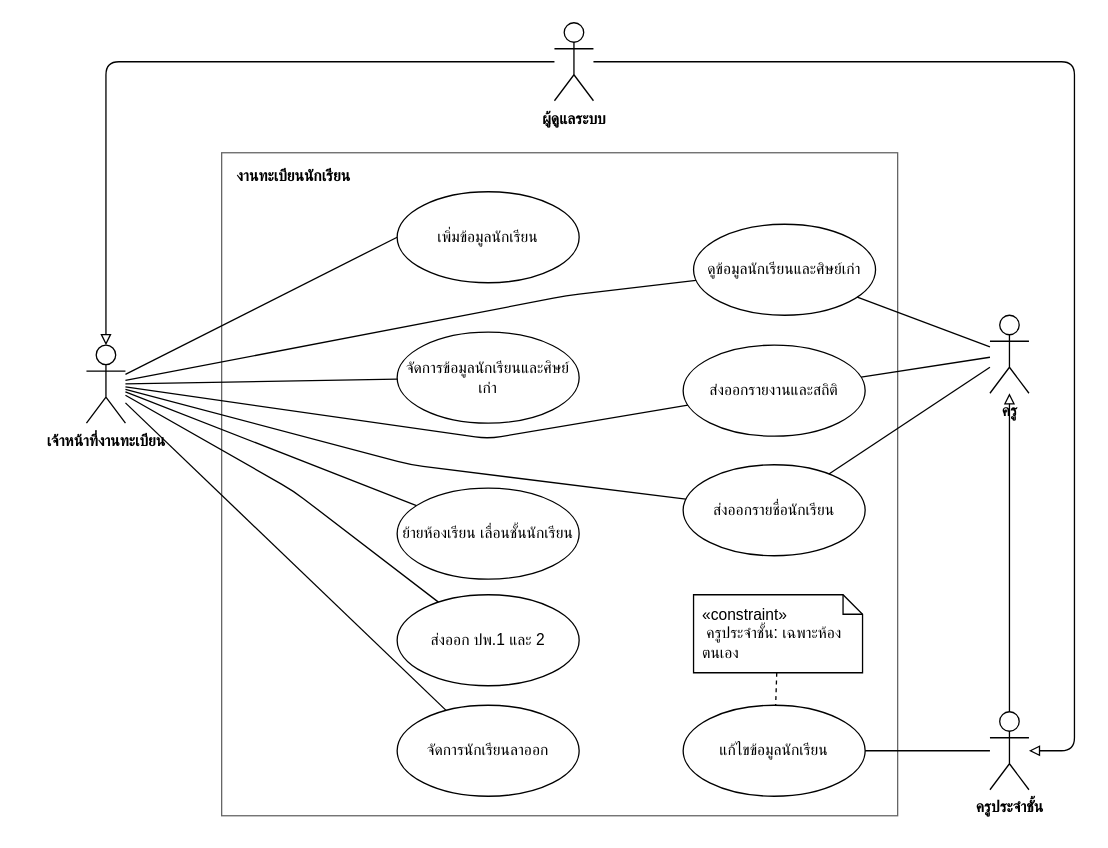
Before: page "เล่มรายงาน แยก ทะเบียนนักเรียน" (5 of 6) of materials/doc/usecase/usecase-merge-all.drawio in RealTiraqmisu/SchoolDark, a draw.io diagram. Source tidied: cells renumbered, new cells numbered last; positions are measured from the earlier drawing's top-left corner, leaving out a move shared by most shapes. Both pictures are drawn from the tidied source at 130%, with x=0, y=0 at pixel (86, 22).
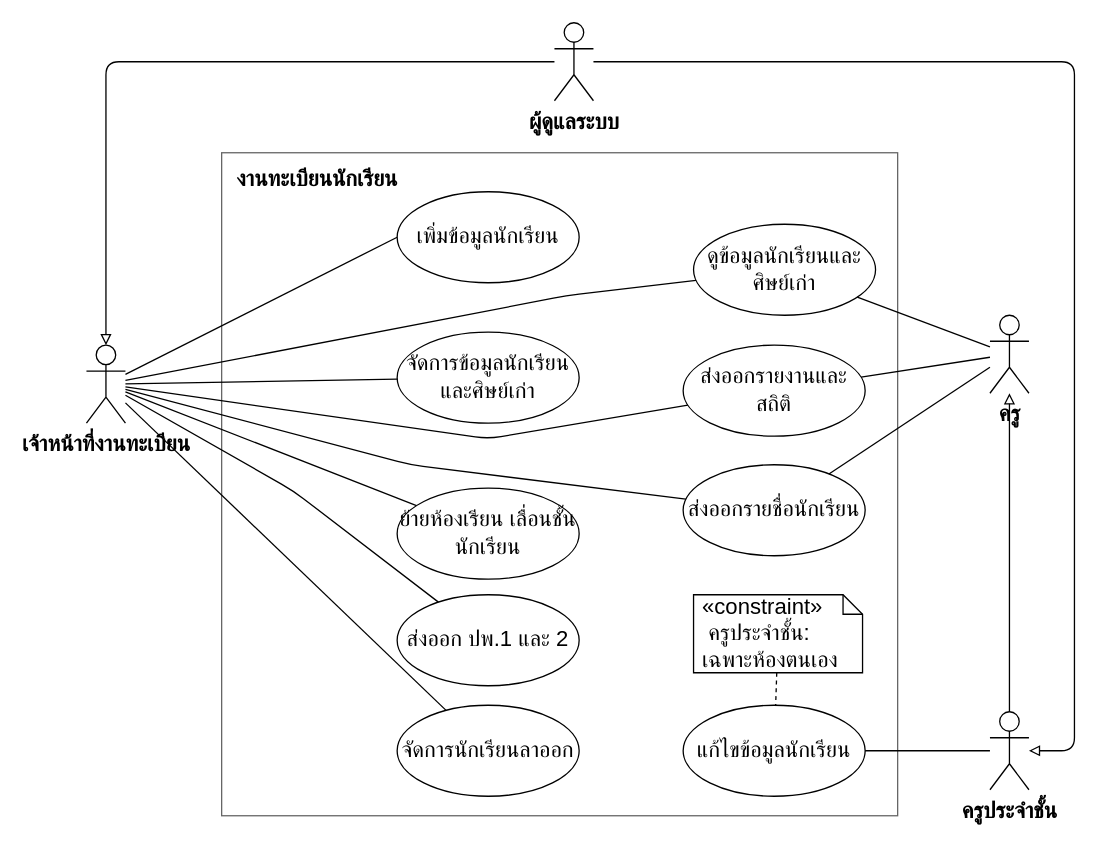
The same diagram, later.

What changed in the source:
```diff
@@
-    <mxCell id="2" value="งานทะเบียนนักเรียน" style="rounded=0;whiteSpace=wrap;html=1;fillColor=none;strokeColor=#666666;verticalAlign=top;align=left;spacingLeft=10;spacingTop=4;fontStyle=1;arcSize=6;" parent="1" vertex="1">
+    <mxCell id="2" value="งานทะเบียนนักเรียน" style="rounded=0;whiteSpace=wrap;html=1;fillColor=none;strokeColor=#666666;verticalAlign=top;align=left;spacingLeft=10;spacingTop=4;fontStyle=1;arcSize=6;fontFamily=TH SarabunPSK;fontSize=17;" parent="1" vertex="1">
       <mxGeometry x="104" y="100" width="520" height="510" as="geometry" />
     </mxCell>
-    <mxCell id="3" value="ดูข้อมูลนักเรียนและศิษย์เก่า" style="ellipse;whiteSpace=wrap;html=1;" parent="1" vertex="1">
+    <mxCell id="3" value="ดูข้อมูลนักเรียนและศิษย์เก่า" style="ellipse;whiteSpace=wrap;html=1;fontFamily=TH SarabunPSK;fontSize=17;" parent="1" vertex="1">
       <mxGeometry x="467" y="155" width="140" height="70" as="geometry" />
     </mxCell>
-    <mxCell id="4" value="ส่งออกรายชื่อนักเรียน" style="ellipse;whiteSpace=wrap;html=1;" parent="1" vertex="1">
+    <mxCell id="4" value="ส่งออกรายชื่อนักเรียน" style="ellipse;whiteSpace=wrap;html=1;fontFamily=TH SarabunPSK;fontSize=17;" parent="1" vertex="1">
       <mxGeometry x="459" y="340" width="140" height="70" as="geometry" />
     </mxCell>
-    <mxCell id="5" value="ส่งออกรายงานและสถิติ" style="ellipse;whiteSpace=wrap;html=1;" parent="1" vertex="1">
+    <mxCell id="5" value="ส่งออกรายงานและสถิติ" style="ellipse;whiteSpace=wrap;html=1;fontFamily=TH SarabunPSK;fontSize=17;" parent="1" vertex="1">
       <mxGeometry x="459" y="248" width="140" height="70" as="geometry" />
     </mxCell>
-    <mxCell id="6" value="จัดการข้อมูลนักเรียนและศิษย์เก่า" style="ellipse;whiteSpace=wrap;html=1;" parent="1" vertex="1">
+    <mxCell id="6" value="จัดการข้อมูลนักเรียนและศิษย์เก่า" style="ellipse;whiteSpace=wrap;html=1;fontFamily=TH SarabunPSK;fontSize=17;" parent="1" vertex="1">
       <mxGeometry x="239" y="238" width="140" height="70" as="geometry" />
     </mxCell>
-    <mxCell id="7" value="ย้ายห้องเรียน เลื่อนชั้นนักเรียน" style="ellipse;whiteSpace=wrap;html=1;" parent="1" vertex="1">
+    <mxCell id="7" value="ย้ายห้องเรียน เลื่อนชั้นนักเรียน" style="ellipse;whiteSpace=wrap;html=1;fontFamily=TH SarabunPSK;fontSize=17;" parent="1" vertex="1">
       <mxGeometry x="239" y="358" width="140" height="70" as="geometry" />
     </mxCell>
-    <mxCell id="8" value="จัดการนักเรียนลาออก" style="ellipse;whiteSpace=wrap;html=1;" parent="1" vertex="1">
+    <mxCell id="8" value="จัดการนักเรียนลาออก" style="ellipse;whiteSpace=wrap;html=1;fontFamily=TH SarabunPSK;fontSize=17;" parent="1" vertex="1">
       <mxGeometry x="239" y="525" width="140" height="70" as="geometry" />
     </mxCell>
-    <mxCell id="9" value="ส่งออก ปพ.1 และ 2" style="ellipse;whiteSpace=wrap;html=1;" parent="1" vertex="1">
+    <mxCell id="9" value="ส่งออก ปพ.1 และ 2" style="ellipse;whiteSpace=wrap;html=1;fontFamily=TH SarabunPSK;fontSize=17;" parent="1" vertex="1">
       <mxGeometry x="239" y="440" width="140" height="70" as="geometry" />
     </mxCell>
-    <mxCell id="10" value="แก้ไขข้อมูลนักเรียน" style="ellipse;whiteSpace=wrap;html=1;" parent="1" vertex="1">
+    <mxCell id="10" value="แก้ไขข้อมูลนักเรียน" style="ellipse;whiteSpace=wrap;html=1;fontFamily=TH SarabunPSK;fontSize=17;" parent="1" vertex="1">
       <mxGeometry x="459" y="525" width="140" height="70" as="geometry" />
     </mxCell>
-    <mxCell id="11" value="«constraint»&#10; ครูประจำชั้น: เฉพาะห้องตนเอง" style="shape=note;size=15;spacingLeft=5;align=left;whiteSpace=wrap;" parent="1" vertex="1">
+    <mxCell id="11" value="«constraint»&#10; ครูประจำชั้น: เฉพาะห้องตนเอง" style="shape=note;size=15;spacingLeft=5;align=left;whiteSpace=wrap;fontFamily=TH SarabunPSK;fontSize=17;" parent="1" vertex="1">
       <mxGeometry x="467" y="440" width="130" height="60" as="geometry" />
     </mxCell>
-    <mxCell id="12" value="&lt;b&gt;เจ้าหน้าที่งานทะเบียน&lt;/b&gt;" style="shape=umlActor;html=1;verticalLabelPosition=bottom;verticalAlign=top;align=center;" parent="1" vertex="1">
+    <mxCell id="12" value="&lt;b&gt;เจ้าหน้าที่งานทะเบียน&lt;/b&gt;" style="shape=umlActor;html=1;verticalLabelPosition=bottom;verticalAlign=top;align=center;fontFamily=TH SarabunPSK;fontSize=17;" parent="1" vertex="1">
       <mxGeometry y="248" width="30" height="60" as="geometry" />
     </mxCell>
-    <mxCell id="13" style="html=1;endArrow=none;endFill=0;startArrow=none;startFill=0;" parent="1" edge="1" source="12" target="6">
+    <mxCell id="13" style="html=1;endArrow=none;endFill=0;startArrow=none;startFill=0;fontFamily=TH SarabunPSK;fontSize=17;" parent="1" edge="1" source="12" target="6">
       <mxGeometry relative="1" as="geometry" />
     </mxCell>
-    <mxCell id="14" style="edgeStyle=none;html=1;endArrow=none;endFill=0;" parent="1" edge="1" source="12" target="7">
+    <mxCell id="14" style="edgeStyle=none;html=1;endArrow=none;endFill=0;fontFamily=TH SarabunPSK;fontSize=17;" parent="1" edge="1" source="12" target="7">
       <mxGeometry relative="1" as="geometry" />
     </mxCell>
-    <mxCell id="15" style="edgeStyle=none;html=1;endArrow=none;endFill=0;" parent="1" edge="1" source="12" target="8">
+    <mxCell id="15" style="edgeStyle=none;html=1;endArrow=none;endFill=0;fontFamily=TH SarabunPSK;fontSize=17;" parent="1" edge="1" source="12" target="8">
       <mxGeometry relative="1" as="geometry" />
     </mxCell>
-    <mxCell id="16" style="html=1;endArrow=none;endFill=0;startArrow=none;startFill=0;" parent="1" edge="1" source="12" target="3">
+    <mxCell id="16" style="html=1;endArrow=none;endFill=0;startArrow=none;startFill=0;fontFamily=TH SarabunPSK;fontSize=17;" parent="1" edge="1" source="12" target="3">
       <mxGeometry relative="1" as="geometry">
         <Array as="points">
           <mxPoint x="369" y="210" />
         </Array>
       </mxGeometry>
     </mxCell>
-    <mxCell id="17" style="html=1;endArrow=none;endFill=0;startArrow=none;startFill=0;" parent="1" edge="1" source="12" target="4">
+    <mxCell id="17" style="html=1;endArrow=none;endFill=0;startArrow=none;startFill=0;fontFamily=TH SarabunPSK;fontSize=17;" parent="1" edge="1" source="12" target="4">
       <mxGeometry relative="1" as="geometry">
         <Array as="points">
           <mxPoint x="249" y="340" />
         </Array>
       </mxGeometry>
     </mxCell>
-    <mxCell id="18" style="html=1;endArrow=none;endFill=0;startArrow=none;startFill=0;" parent="1" edge="1" source="12" target="5">
+    <mxCell id="18" style="html=1;endArrow=none;endFill=0;startArrow=none;startFill=0;fontFamily=TH SarabunPSK;fontSize=17;" parent="1" edge="1" source="12" target="5">
       <mxGeometry relative="1" as="geometry">
         <Array as="points">
           <mxPoint x="309" y="320" />
         </Array>
       </mxGeometry>
     </mxCell>
-    <mxCell id="19" value="&lt;b&gt;ครูประจำชั้น&lt;/b&gt;" style="shape=umlActor;html=1;verticalLabelPosition=bottom;verticalAlign=top;align=center;" parent="1" vertex="1">
+    <mxCell id="19" value="&lt;b&gt;ครูประจำชั้น&lt;/b&gt;" style="shape=umlActor;html=1;verticalLabelPosition=bottom;verticalAlign=top;align=center;fontFamily=TH SarabunPSK;fontSize=17;" parent="1" vertex="1">
       <mxGeometry x="695" y="530" width="30" height="60" as="geometry" />
     </mxCell>
-    <mxCell id="20" value="&lt;b&gt;ครู&lt;/b&gt;" style="shape=umlActor;html=1;verticalLabelPosition=bottom;verticalAlign=top;align=center;" parent="1" vertex="1">
+    <mxCell id="20" value="&lt;b&gt;ครู&lt;/b&gt;" style="shape=umlActor;html=1;verticalLabelPosition=bottom;verticalAlign=top;align=center;fontFamily=TH SarabunPSK;fontSize=17;" parent="1" vertex="1">
       <mxGeometry x="695" y="225" width="30" height="60" as="geometry" />
     </mxCell>
-    <mxCell id="21" style="html=1;endArrow=none;endFill=0;" parent="1" edge="1" source="19" target="10">
+    <mxCell id="21" style="html=1;endArrow=none;endFill=0;fontFamily=TH SarabunPSK;fontSize=17;" parent="1" edge="1" source="19" target="10">
       <mxGeometry x="-0.03" relative="1" as="geometry" />
     </mxCell>
-    <mxCell id="22" style="edgeStyle=none;html=1;endArrow=none;endFill=0;" parent="1" edge="1" source="20" target="3">
+    <mxCell id="22" style="edgeStyle=none;html=1;endArrow=none;endFill=0;fontFamily=TH SarabunPSK;fontSize=17;" parent="1" edge="1" source="20" target="3">
       <mxGeometry relative="1" as="geometry" />
     </mxCell>
-    <mxCell id="23" style="edgeStyle=none;html=1;endArrow=none;endFill=0;" parent="1" edge="1" source="20" target="4">
+    <mxCell id="23" style="edgeStyle=none;html=1;endArrow=none;endFill=0;fontFamily=TH SarabunPSK;fontSize=17;" parent="1" edge="1" source="20" target="4">
       <mxGeometry relative="1" as="geometry" />
     </mxCell>
-    <mxCell id="24" style="edgeStyle=none;html=1;endArrow=none;endFill=0;" parent="1" edge="1" source="20" target="5">
+    <mxCell id="24" style="edgeStyle=none;html=1;endArrow=none;endFill=0;fontFamily=TH SarabunPSK;fontSize=17;" parent="1" edge="1" source="20" target="5">
       <mxGeometry relative="1" as="geometry" />
     </mxCell>
-    <mxCell id="25" style="edgeStyle=none;html=1;endArrow=block;endFill=0;" parent="1" edge="1" source="19" target="20">
+    <mxCell id="25" style="edgeStyle=none;html=1;endArrow=block;endFill=0;fontFamily=TH SarabunPSK;fontSize=17;" parent="1" edge="1" source="19" target="20">
       <mxGeometry relative="1" as="geometry" />
     </mxCell>
-    <mxCell id="26" style="edgeStyle=none;html=1;dashed=1;endArrow=none;endFill=0;" parent="1" edge="1" source="11" target="10">
+    <mxCell id="26" style="edgeStyle=none;html=1;dashed=1;endArrow=none;endFill=0;fontFamily=TH SarabunPSK;fontSize=17;" parent="1" edge="1" source="11" target="10">
       <mxGeometry relative="1" as="geometry" />
     </mxCell>
-    <mxCell id="27" value="เพิ่มข้อมูลนักเรียน" style="ellipse;whiteSpace=wrap;html=1;" parent="1" vertex="1">
+    <mxCell id="27" value="เพิ่มข้อมูลนักเรียน" style="ellipse;whiteSpace=wrap;html=1;fontFamily=TH SarabunPSK;fontSize=17;" parent="1" vertex="1">
       <mxGeometry x="239" y="130" width="140" height="70" as="geometry" />
     </mxCell>
-    <mxCell id="28" style="html=1;endArrow=none;endFill=0;startArrow=none;startFill=0;entryX=0;entryY=0.5;entryDx=0;entryDy=0;" parent="1" edge="1" source="12" target="27">
+    <mxCell id="28" style="html=1;endArrow=none;endFill=0;startArrow=none;startFill=0;entryX=0;entryY=0.5;entryDx=0;entryDy=0;fontFamily=TH SarabunPSK;fontSize=17;" parent="1" edge="1" source="12" target="27">
       <mxGeometry relative="1" as="geometry" />
     </mxCell>
-    <mxCell id="29" style="edgeStyle=none;html=1;endArrow=none;endFill=0;" parent="1" edge="1" source="12" target="9">
+    <mxCell id="29" style="edgeStyle=none;html=1;endArrow=none;endFill=0;fontFamily=TH SarabunPSK;fontSize=17;" parent="1" edge="1" source="12" target="9">
       <mxGeometry relative="1" as="geometry">
         <Array as="points">
           <mxPoint x="159" y="360" />
         </Array>
       </mxGeometry>
     </mxCell>
-    <mxCell id="30" value="&lt;b&gt;ผู้ดูแลระบบ&lt;/b&gt;" style="shape=umlActor;html=1;verticalLabelPosition=bottom;verticalAlign=top;align=center;" parent="1" vertex="1">
+    <mxCell id="30" value="&lt;b&gt;ผู้ดูแลระบบ&lt;/b&gt;" style="shape=umlActor;html=1;verticalLabelPosition=bottom;verticalAlign=top;align=center;fontFamily=TH SarabunPSK;fontSize=17;" parent="1" vertex="1">
       <mxGeometry x="360" width="30" height="60" as="geometry" />
     </mxCell>
-    <mxCell id="31" style="html=1;endArrow=block;endFill=0;edgeStyle=orthogonalEdgeStyle;" parent="1" edge="1" source="30" target="19">
+    <mxCell id="31" style="html=1;endArrow=block;endFill=0;edgeStyle=orthogonalEdgeStyle;fontFamily=TH SarabunPSK;fontSize=17;" parent="1" edge="1" source="30" target="19">
       <mxGeometry relative="1" as="geometry">
         <Array as="points">
           <mxPoint x="760" y="30" />
           <mxPoint x="760" y="560" />
         </Array>
       </mxGeometry>
     </mxCell>
-    <mxCell id="32" style="html=1;endArrow=block;endFill=0;edgeStyle=orthogonalEdgeStyle;" parent="1" edge="1" source="30" target="12">
+    <mxCell id="32" style="html=1;endArrow=block;endFill=0;edgeStyle=orthogonalEdgeStyle;fontFamily=TH SarabunPSK;fontSize=17;" parent="1" edge="1" source="30" target="12">
       <mxGeometry relative="1" as="geometry" />
     </mxCell>
```
